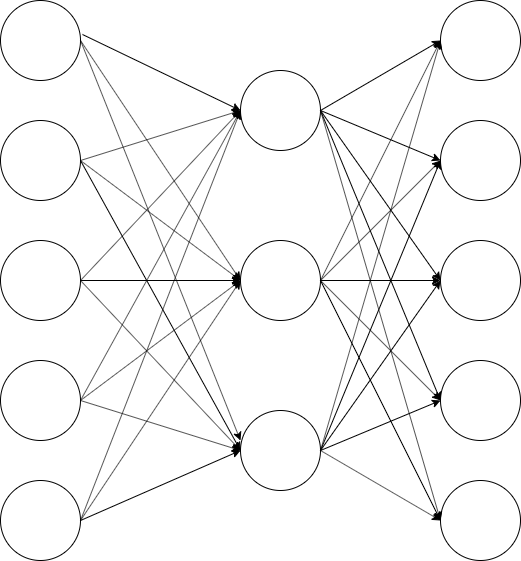
The draw.io diagram AutoEncoder/AE.drawio.png in shell720/PFN2016, before a commit. Source tidied: cells renumbered, new cells last; positions are measured from the earlier drawing's top-left corner, leaving out a move shared by most shapes.
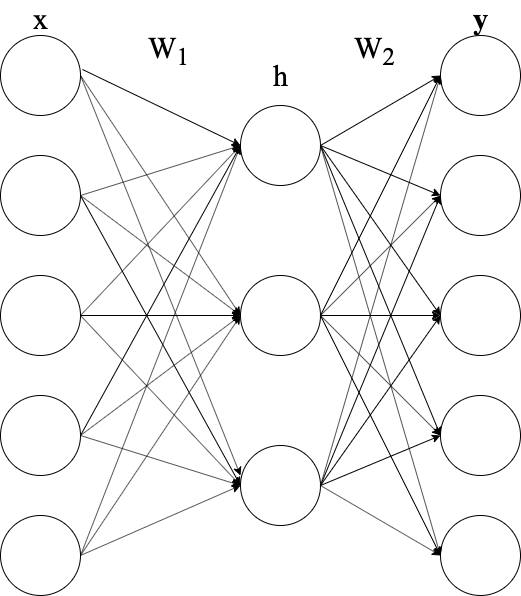
Later version of the same file.

What changed in the source:
```diff
@@ -162,10 +162,25 @@
         <mxPoint x="440" y="160" as="targetPoint" />
       </mxGeometry>
     </mxCell>
-    <mxCell id="44" style="endArrow=classic;html=1;entryX=0;entryY=0.5;entryDx=0;entryDy=0;" parent="1" edge="1" target="25">
+    <mxCell id="44" style="endArrow=classic;html=1;entryX=0;entryY=0.5;entryDx=0;entryDy=0;fontFamily=Times New Roman;" parent="1" edge="1" target="25">
       <mxGeometry relative="1" as="geometry">
         <mxPoint x="320" y="450" as="sourcePoint" />
       </mxGeometry>
     </mxCell>
+    <mxCell id="45" value="&lt;font style=&quot;font-size: 30px&quot;&gt;x&lt;/font&gt;" style="text;html=1;align=center;verticalAlign=middle;fontFamily=Times New Roman;" parent="1" vertex="1">
+      <mxGeometry x="25" y="-32" width="30" height="30" as="geometry" />
+    </mxCell>
+    <mxCell id="46" value="&lt;span style=&quot;font-size: 30px&quot;&gt;W&lt;sub&gt;1&lt;/sub&gt;&lt;/span&gt;" style="text;html=1;align=center;verticalAlign=middle;fontFamily=Times New Roman;" parent="1" vertex="1">
+      <mxGeometry x="138" width="60" height="30" as="geometry" />
+    </mxCell>
+    <mxCell id="47" value="&lt;span style=&quot;font-size: 30px&quot;&gt;h&lt;br&gt;&lt;/span&gt;" style="text;html=1;align=center;verticalAlign=middle;fontFamily=Times New Roman;" parent="1" vertex="1">
+      <mxGeometry x="265" y="25" width="30" height="30" as="geometry" />
+    </mxCell>
+    <mxCell id="48" value="&lt;span style=&quot;font-size: 30px&quot;&gt;W&lt;sub&gt;2&lt;/sub&gt;&lt;/span&gt;" style="text;html=1;align=center;verticalAlign=middle;fontFamily=Times New Roman;" parent="1" vertex="1">
+      <mxGeometry x="344" width="60" height="30" as="geometry" />
+    </mxCell>
+    <mxCell id="49" value="&lt;span style=&quot;font-size: 30px&quot;&gt;&lt;b&gt;y&lt;/b&gt;&lt;/span&gt;" style="text;html=1;align=center;verticalAlign=middle;fontFamily=Times New Roman;" parent="1" vertex="1">
+      <mxGeometry x="465" y="-32" width="30" height="30" as="geometry" />
+    </mxCell>
   </root>
 </mxGraphModel>
```
